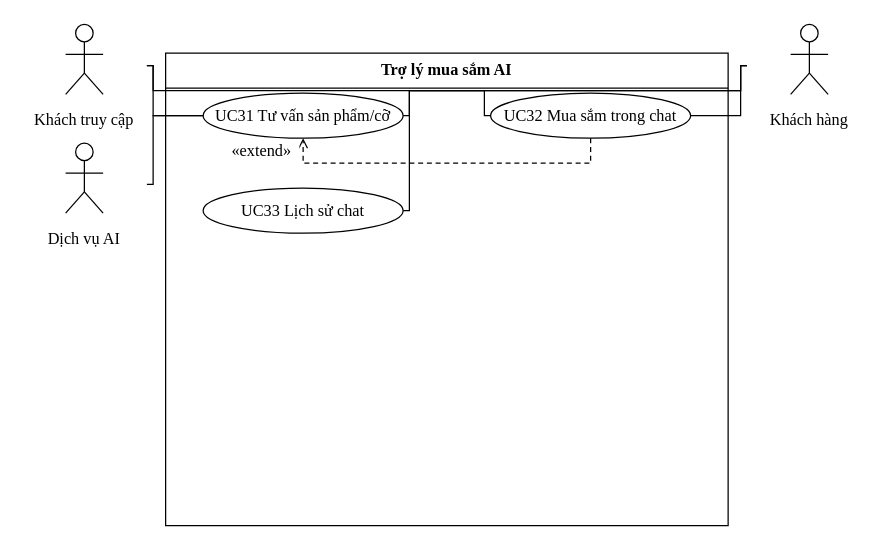
This is docs/do-an-LSOUL/So-do-LSOUL-rut-gon/drawio/UC-G05.drawio from Loccao102/BanHang, a draw.io file, before an edit. Source tidied: cells renumbered, new cells numbered last; positions are measured from the earlier drawing's top-left corner, leaving out a move shared by most shapes. Both pictures are drawn from the tidied source at 125%, with x=0, y=0 at pixel (21, 21).
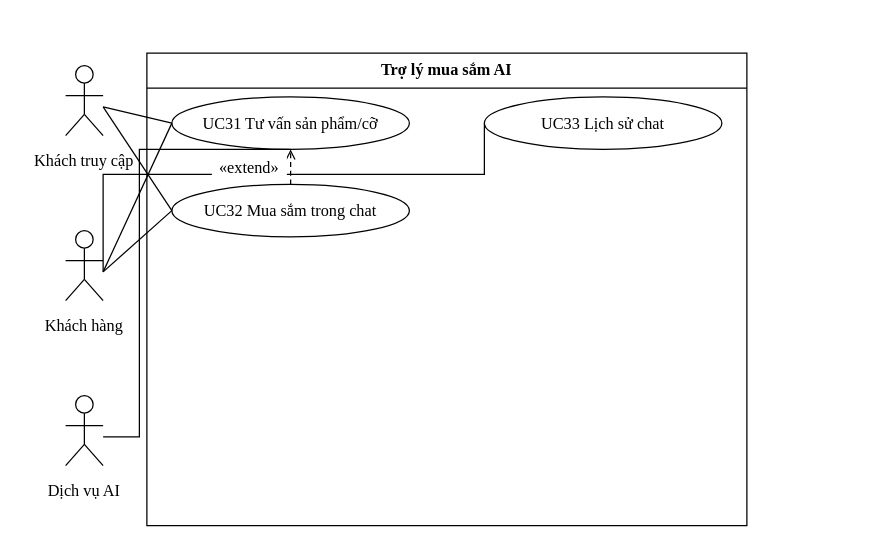
Above is the later version.

Diff of the diagram source:
```diff
@@
     <mxCell id="2" style="fontFamily=Times New Roman;fontSize=13;fontColor=#000000;strokeColor=#000000;strokeWidth=1;fillColor=#FFFFFF;shadow=0;rounded=0;html=0;whiteSpace=wrap;spacing=5;align=center;verticalAlign=middle;" parent="1" vertex="1">
-      <mxGeometry x="115" y="25" width="450" height="378" as="geometry" />
+      <mxGeometry x="100" y="25" width="480" height="378" as="geometry" />
     </mxCell>
     <mxCell id="3" value="Trợ lý mua sắm AI" style="fontFamily=Times New Roman;fontSize=13;fontColor=#000000;strokeColor=#000000;strokeWidth=1;fillColor=#FFFFFF;shadow=0;rounded=0;html=0;whiteSpace=wrap;spacing=5;text;strokeColor=none;fillColor=none;align=center;verticalAlign=middle;fontStyle=1;" parent="1" vertex="1">
-      <mxGeometry x="118" y="27" width="444" height="22" as="geometry" />
+      <mxGeometry x="103" y="27" width="474" height="22" as="geometry" />
     </mxCell>
     <mxCell id="4" style="fontFamily=Times New Roman;fontSize=13;fontColor=#000000;strokeColor=#000000;strokeWidth=1;fillColor=#FFFFFF;shadow=0;rounded=0;html=0;whiteSpace=wrap;spacing=5;endArrow=none;endFill=1;startArrow=none;" parent="1" edge="1">
       <mxGeometry relative="1" as="geometry">
-        <mxPoint x="115" y="53" as="sourcePoint" />
-        <mxPoint x="565" y="53" as="targetPoint" />
+        <mxPoint x="100" y="53" as="sourcePoint" />
+        <mxPoint x="580" y="53" as="targetPoint" />
       </mxGeometry>
     </mxCell>
     <mxCell id="5" value="UC31 Tư vấn sản phẩm/cỡ" style="fontFamily=Times New Roman;fontSize=13;fontColor=#000000;strokeColor=#000000;strokeWidth=1;fillColor=#FFFFFF;shadow=0;rounded=0;html=0;whiteSpace=wrap;spacing=5;ellipse;perimeter=ellipsePerimeter;align=center;verticalAlign=middle;" parent="1" vertex="1">
-      <mxGeometry x="145" y="57" width="160" height="36" as="geometry" />
+      <mxGeometry x="120" y="60" width="190" height="42" as="geometry" />
     </mxCell>
+    <mxCell id="7" value="UC33 Lịch sử chat" style="fontFamily=Times New Roman;fontSize=13;fontColor=#000000;strokeColor=#000000;strokeWidth=1;fillColor=#FFFFFF;shadow=0;rounded=0;html=0;whiteSpace=wrap;spacing=5;ellipse;perimeter=ellipsePerimeter;align=center;verticalAlign=middle;" parent="1" vertex="1">
+      <mxGeometry x="370" y="60" width="190" height="42" as="geometry" />
+    </mxCell>
     <mxCell id="6" value="UC32 Mua sắm trong chat" style="fontFamily=Times New Roman;fontSize=13;fontColor=#000000;strokeColor=#000000;strokeWidth=1;fillColor=#FFFFFF;shadow=0;rounded=0;html=0;whiteSpace=wrap;spacing=5;ellipse;perimeter=ellipsePerimeter;align=center;verticalAlign=middle;" parent="1" vertex="1">
-      <mxGeometry x="375" y="57" width="160" height="36" as="geometry" />
+      <mxGeometry x="120" y="130" width="190" height="42" as="geometry" />
     </mxCell>
-    <mxCell id="7" value="UC33 Lịch sử chat" style="fontFamily=Times New Roman;fontSize=13;fontColor=#000000;strokeColor=#000000;strokeWidth=1;fillColor=#FFFFFF;shadow=0;rounded=0;html=0;whiteSpace=wrap;spacing=5;ellipse;perimeter=ellipsePerimeter;align=center;verticalAlign=middle;" parent="1" vertex="1">
-      <mxGeometry x="145" y="133" width="160" height="36" as="geometry" />
-    </mxCell>
     <mxCell id="8" style="group;" parent="1" vertex="1">
-      <mxGeometry width="100" height="92" as="geometry" />
+      <mxGeometry y="33" width="100" height="92" as="geometry" />
     </mxCell>
@@
     <mxCell id="15" style="group;" parent="1" vertex="1">
-      <mxGeometry x="580" width="100" height="92" as="geometry" />
+      <mxGeometry y="165" width="100" height="92" as="geometry" />
     </mxCell>
@@
     <mxCell id="22" style="group;" parent="1" vertex="1">
-      <mxGeometry y="95" width="100" height="92" as="geometry" />
+      <mxGeometry y="297" width="100" height="92" as="geometry" />
     </mxCell>
@@
-    <mxCell id="29" style="fontFamily=Times New Roman;fontSize=13;fontColor=#000000;strokeColor=#000000;strokeWidth=1;fillColor=#FFFFFF;shadow=0;rounded=0;html=0;whiteSpace=wrap;spacing=5;endArrow=none;endFill=1;startArrow=none;exitX=1.0000000;exitY=0.3804348;exitPerimeter=0;entryX=0.0000000;entryY=0.5000000;entryPerimeter=0;" parent="1" edge="1" source="8" target="5">
-      <mxGeometry relative="1" as="geometry">
-        <Array as="points">
-          <mxPoint x="105" y="35" />
-          <mxPoint x="105" y="75" />
-        </Array>
-      </mxGeometry>
+    <mxCell id="29" style="fontFamily=Times New Roman;fontSize=13;fontColor=#000000;strokeColor=#000000;strokeWidth=1;fillColor=#FFFFFF;shadow=0;rounded=0;html=0;whiteSpace=wrap;spacing=5;endArrow=none;endFill=1;startArrow=none;exitX=0.6500000;exitY=0.3804348;exitPerimeter=0;entryX=0.0000000;entryY=0.5000000;entryPerimeter=0;" parent="1" edge="1" source="8" target="5">
+      <mxGeometry relative="1" as="geometry" />
     </mxCell>
-    <mxCell id="30" style="fontFamily=Times New Roman;fontSize=13;fontColor=#000000;strokeColor=#000000;strokeWidth=1;fillColor=#FFFFFF;shadow=0;rounded=0;html=0;whiteSpace=wrap;spacing=5;endArrow=none;endFill=1;startArrow=none;exitX=0.0000000;exitY=0.3804348;exitPerimeter=0;entryX=1.0000000;entryY=0.5000000;entryPerimeter=0;" parent="1" edge="1" source="15" target="5">
-      <mxGeometry relative="1" as="geometry">
-        <Array as="points">
-          <mxPoint x="575" y="35" />
-          <mxPoint x="575" y="55" />
-          <mxPoint x="310" y="55" />
-          <mxPoint x="310" y="75" />
-        </Array>
-      </mxGeometry>
+    <mxCell id="30" style="fontFamily=Times New Roman;fontSize=13;fontColor=#000000;strokeColor=#000000;strokeWidth=1;fillColor=#FFFFFF;shadow=0;rounded=0;html=0;whiteSpace=wrap;spacing=5;endArrow=none;endFill=1;startArrow=none;exitX=0.6500000;exitY=0.3804348;exitPerimeter=0;entryX=0.0000000;entryY=0.5000000;entryPerimeter=0;" parent="1" edge="1" source="15" target="5">
+      <mxGeometry relative="1" as="geometry" />
     </mxCell>
-    <mxCell id="31" style="fontFamily=Times New Roman;fontSize=13;fontColor=#000000;strokeColor=#000000;strokeWidth=1;fillColor=#FFFFFF;shadow=0;rounded=0;html=0;whiteSpace=wrap;spacing=5;endArrow=none;endFill=1;startArrow=none;exitX=1.0000000;exitY=0.3804348;exitPerimeter=0;entryX=0.0000000;entryY=0.5000000;entryPerimeter=0;" parent="1" edge="1" source="8" target="6">
-      <mxGeometry relative="1" as="geometry">
-        <Array as="points">
-          <mxPoint x="105" y="35" />
-          <mxPoint x="105" y="55" />
-          <mxPoint x="370" y="55" />
-          <mxPoint x="370" y="75" />
-        </Array>
-      </mxGeometry>
+    <mxCell id="31" style="fontFamily=Times New Roman;fontSize=13;fontColor=#000000;strokeColor=#000000;strokeWidth=1;fillColor=#FFFFFF;shadow=0;rounded=0;html=0;whiteSpace=wrap;spacing=5;endArrow=none;endFill=1;startArrow=none;exitX=0.6500000;exitY=0.3804348;exitPerimeter=0;entryX=0.0000000;entryY=0.5000000;entryPerimeter=0;" parent="1" edge="1" source="8" target="6">
+      <mxGeometry relative="1" as="geometry" />
     </mxCell>
-    <mxCell id="32" style="fontFamily=Times New Roman;fontSize=13;fontColor=#000000;strokeColor=#000000;strokeWidth=1;fillColor=#FFFFFF;shadow=0;rounded=0;html=0;whiteSpace=wrap;spacing=5;endArrow=none;endFill=1;startArrow=none;exitX=0.0000000;exitY=0.3804348;exitPerimeter=0;entryX=1.0000000;entryY=0.5000000;entryPerimeter=0;" parent="1" edge="1" source="15" target="6">
-      <mxGeometry relative="1" as="geometry">
-        <Array as="points">
-          <mxPoint x="575" y="35" />
-          <mxPoint x="575" y="75" />
-        </Array>
-      </mxGeometry>
+    <mxCell id="32" style="fontFamily=Times New Roman;fontSize=13;fontColor=#000000;strokeColor=#000000;strokeWidth=1;fillColor=#FFFFFF;shadow=0;rounded=0;html=0;whiteSpace=wrap;spacing=5;endArrow=none;endFill=1;startArrow=none;exitX=0.6500000;exitY=0.3804348;exitPerimeter=0;entryX=0.0000000;entryY=0.5000000;entryPerimeter=0;" parent="1" edge="1" source="15" target="6">
+      <mxGeometry relative="1" as="geometry" />
     </mxCell>
-    <mxCell id="33" style="fontFamily=Times New Roman;fontSize=13;fontColor=#000000;strokeColor=#000000;strokeWidth=1;fillColor=#FFFFFF;shadow=0;rounded=0;html=0;whiteSpace=wrap;spacing=5;endArrow=none;endFill=1;startArrow=none;exitX=0.0000000;exitY=0.3804348;exitPerimeter=0;entryX=1.0000000;entryY=0.5000000;entryPerimeter=0;" parent="1" edge="1" source="15" target="7">
+    <mxCell id="33" style="fontFamily=Times New Roman;fontSize=13;fontColor=#000000;strokeColor=#000000;strokeWidth=1;fillColor=#FFFFFF;shadow=0;rounded=0;html=0;whiteSpace=wrap;spacing=5;endArrow=none;endFill=1;startArrow=none;exitX=0.6500000;exitY=0.3804348;exitPerimeter=0;entryX=0.0000000;entryY=0.5000000;entryPerimeter=0;" parent="1" edge="1" source="15" target="7">
       <mxGeometry relative="1" as="geometry">
         <Array as="points">
-          <mxPoint x="575" y="35" />
-          <mxPoint x="575" y="55" />
-          <mxPoint x="310" y="55" />
-          <mxPoint x="310" y="151" />
+          <mxPoint x="65" y="122" />
+          <mxPoint x="370" y="122" />
         </Array>
       </mxGeometry>
     </mxCell>
-    <mxCell id="34" style="fontFamily=Times New Roman;fontSize=13;fontColor=#000000;strokeColor=#000000;strokeWidth=1;fillColor=#FFFFFF;shadow=0;rounded=0;html=0;whiteSpace=wrap;spacing=5;endArrow=none;endFill=1;startArrow=none;exitX=1.0000000;exitY=0.3804348;exitPerimeter=0;entryX=0.0000000;entryY=0.5000000;entryPerimeter=0;" parent="1" edge="1" source="22" target="5">
+    <mxCell id="34" style="fontFamily=Times New Roman;fontSize=13;fontColor=#000000;strokeColor=#000000;strokeWidth=1;fillColor=#FFFFFF;shadow=0;rounded=0;html=0;whiteSpace=wrap;spacing=5;endArrow=none;endFill=1;startArrow=none;exitX=0.6500000;exitY=0.3804348;exitPerimeter=0;entryX=0.5000000;entryY=1.0000000;entryPerimeter=0;" parent="1" edge="1" source="22" target="5">
       <mxGeometry relative="1" as="geometry">
         <Array as="points">
-          <mxPoint x="105" y="130" />
-          <mxPoint x="105" y="75" />
+          <mxPoint x="94" y="332" />
+          <mxPoint x="94" y="102" />
         </Array>
       </mxGeometry>
     </mxCell>
-    <mxCell id="35" style="fontFamily=Times New Roman;fontSize=13;fontColor=#000000;strokeColor=#000000;strokeWidth=1;fillColor=#FFFFFF;shadow=0;rounded=0;html=0;whiteSpace=wrap;spacing=5;endArrow=open;endFill=1;startArrow=none;dashed=1;dashPattern=4 3;exitX=0.5000000;exitY=1.0000000;exitPerimeter=0;entryX=0.5000000;entryY=1.0000000;entryPerimeter=0;" parent="1" edge="1" source="6" target="5">
-      <mxGeometry relative="1" as="geometry">
-        <Array as="points">
-          <mxPoint x="455" y="113" />
-          <mxPoint x="225" y="113" />
-        </Array>
-      </mxGeometry>
+    <mxCell id="35" style="fontFamily=Times New Roman;fontSize=13;fontColor=#000000;strokeColor=#000000;strokeWidth=1;fillColor=#FFFFFF;shadow=0;rounded=0;html=0;whiteSpace=wrap;spacing=5;endArrow=open;endFill=1;startArrow=none;dashed=1;dashPattern=4 3;exitX=0.5000000;exitY=0.0000000;exitPerimeter=0;entryX=0.5000000;entryY=1.0000000;entryPerimeter=0;" parent="1" edge="1" source="6" target="5">
+      <mxGeometry relative="1" as="geometry" />
     </mxCell>
     <mxCell id="36" value="«extend»" style="fontFamily=Times New Roman;fontSize=13;fontColor=#000000;strokeColor=#000000;strokeWidth=1;fillColor=#FFFFFF;shadow=0;rounded=0;html=0;whiteSpace=wrap;spacing=5;text;strokeColor=none;fillColor=none;align=center;verticalAlign=middle;fillColor=#FFFFFF;" parent="1" vertex="1">
-      <mxGeometry x="162" y="94" width="60" height="18" as="geometry" />
+      <mxGeometry x="152" y="107" width="60" height="18" as="geometry" />
     </mxCell>
```
